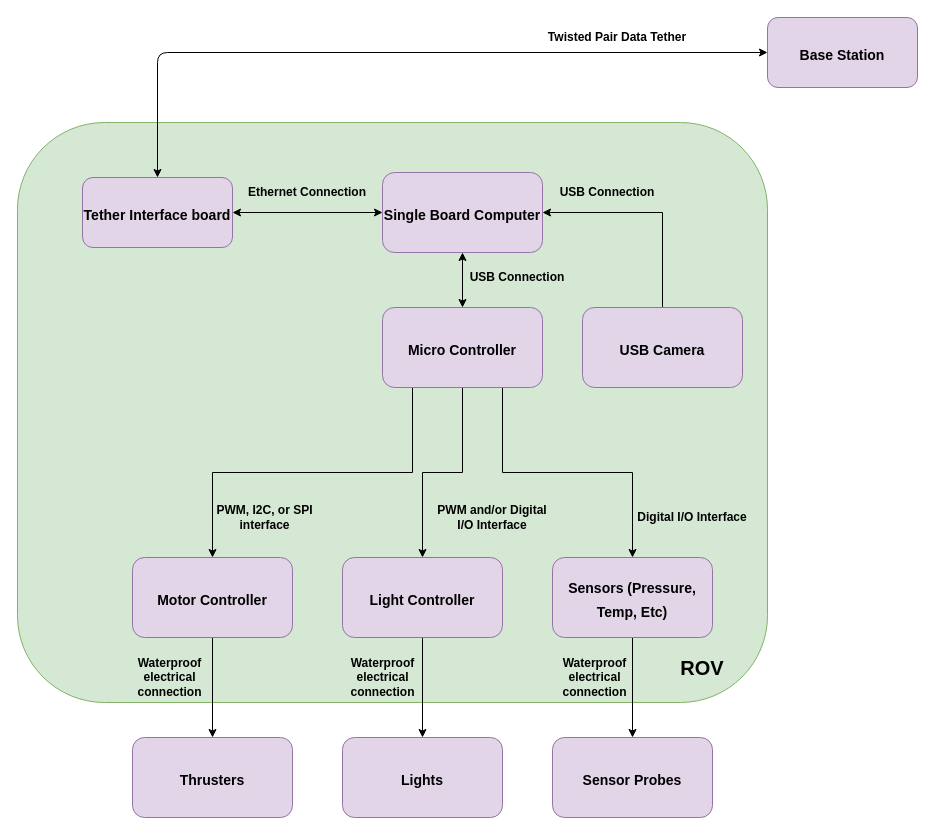
This is docs/architecture/ROV_Domain_Software.drawio from sherrardTr4129/RIT-MSD-Finger-Lakes-ROV, a draw.io file, before an edit. Source tidied: cells renumbered, new cells numbered last; positions are measured from the earlier drawing's top-left corner, leaving out a move shared by most shapes. Both pictures are drawn from the tidied source at 100%, with x=0, y=0 at pixel (17, 17).
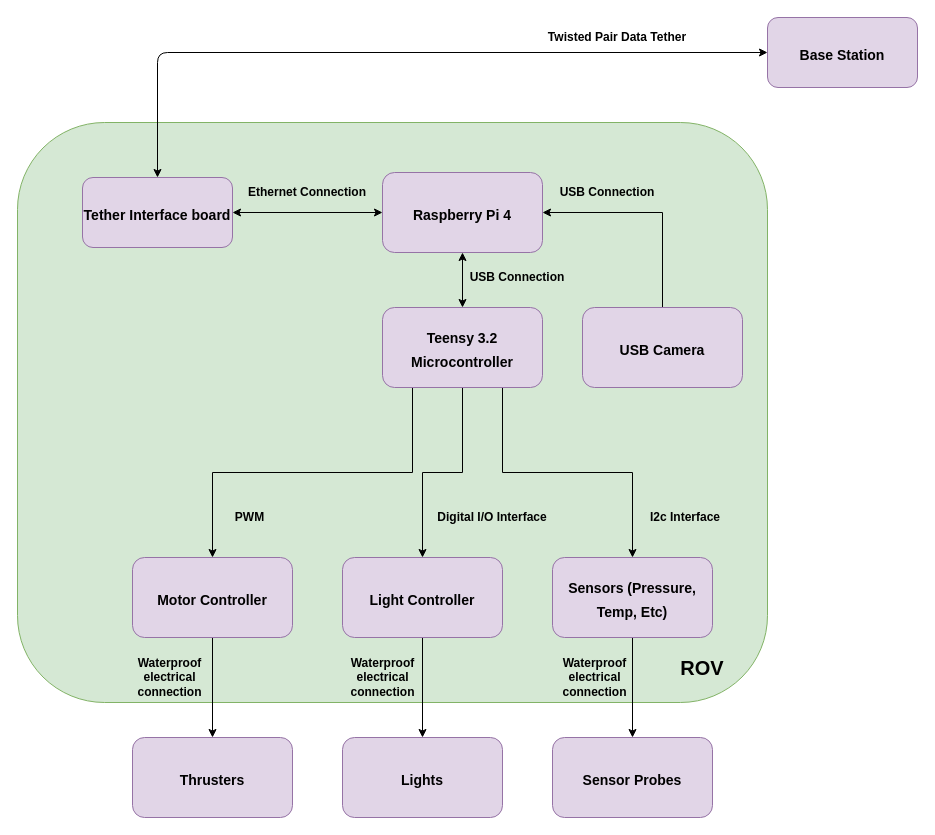
Above is the later version.

Change to the diagram source:
```diff
@@
-    <mxCell id="8" value="&lt;font style=&quot;font-size: 14px&quot;&gt;Single Board Computer&lt;/font&gt;" style="rounded=1;whiteSpace=wrap;html=1;fillColor=#e1d5e7;fontSize=20;strokeColor=#9673a6;fontStyle=1;" parent="1" vertex="1">
+    <mxCell id="8" value="&lt;font style=&quot;font-size: 14px&quot;&gt;Raspberry Pi 4&lt;/font&gt;" style="rounded=1;whiteSpace=wrap;html=1;fillColor=#e1d5e7;fontSize=20;strokeColor=#9673a6;fontStyle=1;" parent="1" vertex="1">
       <mxGeometry x="365" y="155" width="160" height="80" as="geometry" />
     </mxCell>
@@
-    <mxCell id="13" value="&lt;font style=&quot;font-size: 14px&quot;&gt;Micro Controller&lt;/font&gt;" style="rounded=1;whiteSpace=wrap;html=1;fillColor=#e1d5e7;fontSize=20;strokeColor=#9673a6;fontStyle=1;" parent="1" vertex="1">
+    <mxCell id="13" value="&lt;font style=&quot;font-size: 14px&quot;&gt;Teensy 3.2 Microcontroller&lt;/font&gt;" style="rounded=1;whiteSpace=wrap;html=1;fillColor=#e1d5e7;fontSize=20;strokeColor=#9673a6;fontStyle=1;" parent="1" vertex="1">
       <mxGeometry x="365" y="290" width="160" height="80" as="geometry" />
     </mxCell>
@@
-    <mxCell id="21" value="&lt;b&gt;PWM, I2C, or SPI interface&lt;/b&gt;" style="text;html=1;strokeColor=none;fillColor=none;align=center;verticalAlign=middle;whiteSpace=wrap;rounded=0;" parent="1" vertex="1">
-      <mxGeometry x="195" y="490" width="105" height="20" as="geometry" />
+    <mxCell id="21" value="&lt;b&gt;PWM&lt;/b&gt;" style="text;html=1;strokeColor=none;fillColor=none;align=center;verticalAlign=middle;whiteSpace=wrap;rounded=0;" parent="1" vertex="1">
+      <mxGeometry x="180" y="490" width="105" height="20" as="geometry" />
     </mxCell>
-    <mxCell id="22" value="&lt;b&gt;PWM and/or Digital I/O Interface&lt;/b&gt;" style="text;html=1;strokeColor=none;fillColor=none;align=center;verticalAlign=middle;whiteSpace=wrap;rounded=0;" parent="1" vertex="1">
+    <mxCell id="22" value="&lt;b&gt;Digital I/O Interface&lt;/b&gt;" style="text;html=1;strokeColor=none;fillColor=none;align=center;verticalAlign=middle;whiteSpace=wrap;rounded=0;" parent="1" vertex="1">
       <mxGeometry x="415" y="490" width="120" height="20" as="geometry" />
     </mxCell>
-    <mxCell id="23" value="&lt;b&gt;Digital I/O Interface&lt;/b&gt;" style="text;html=1;strokeColor=none;fillColor=none;align=center;verticalAlign=middle;whiteSpace=wrap;rounded=0;" parent="1" vertex="1">
-      <mxGeometry x="615" y="490" width="120" height="20" as="geometry" />
+    <mxCell id="23" value="&lt;b&gt;I2c Interface&lt;/b&gt;" style="text;html=1;strokeColor=none;fillColor=none;align=center;verticalAlign=middle;whiteSpace=wrap;rounded=0;" parent="1" vertex="1">
+      <mxGeometry x="608" y="490" width="120" height="20" as="geometry" />
     </mxCell>
```
